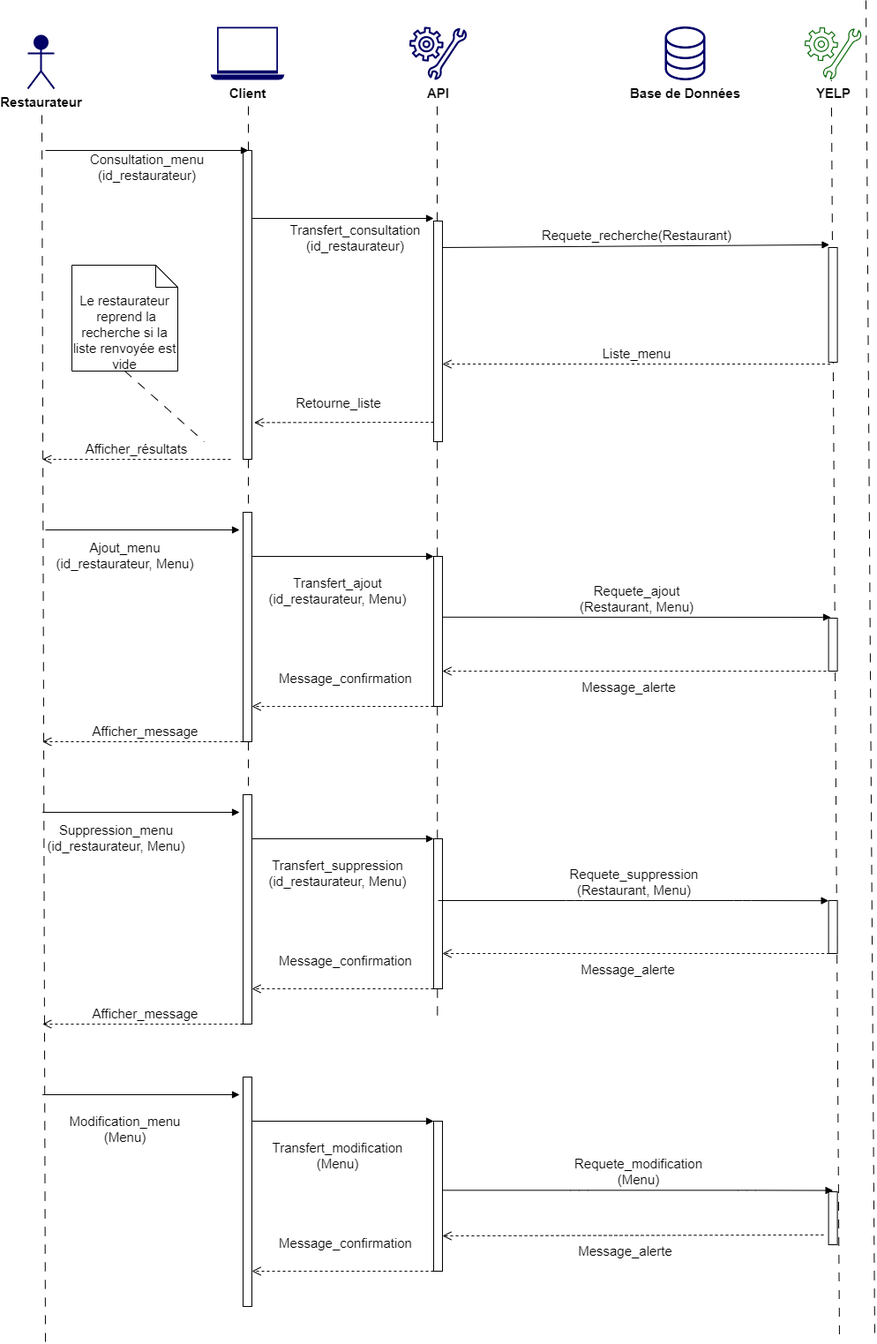
The draw.io diagram diagramme_sequence_restaurateur.png in TheAIWizard/Ensaeats, before a commit. Source tidied: cells renumbered, new cells last; positions are measured from the earlier drawing's top-left corner, leaving out a move shared by most shapes.
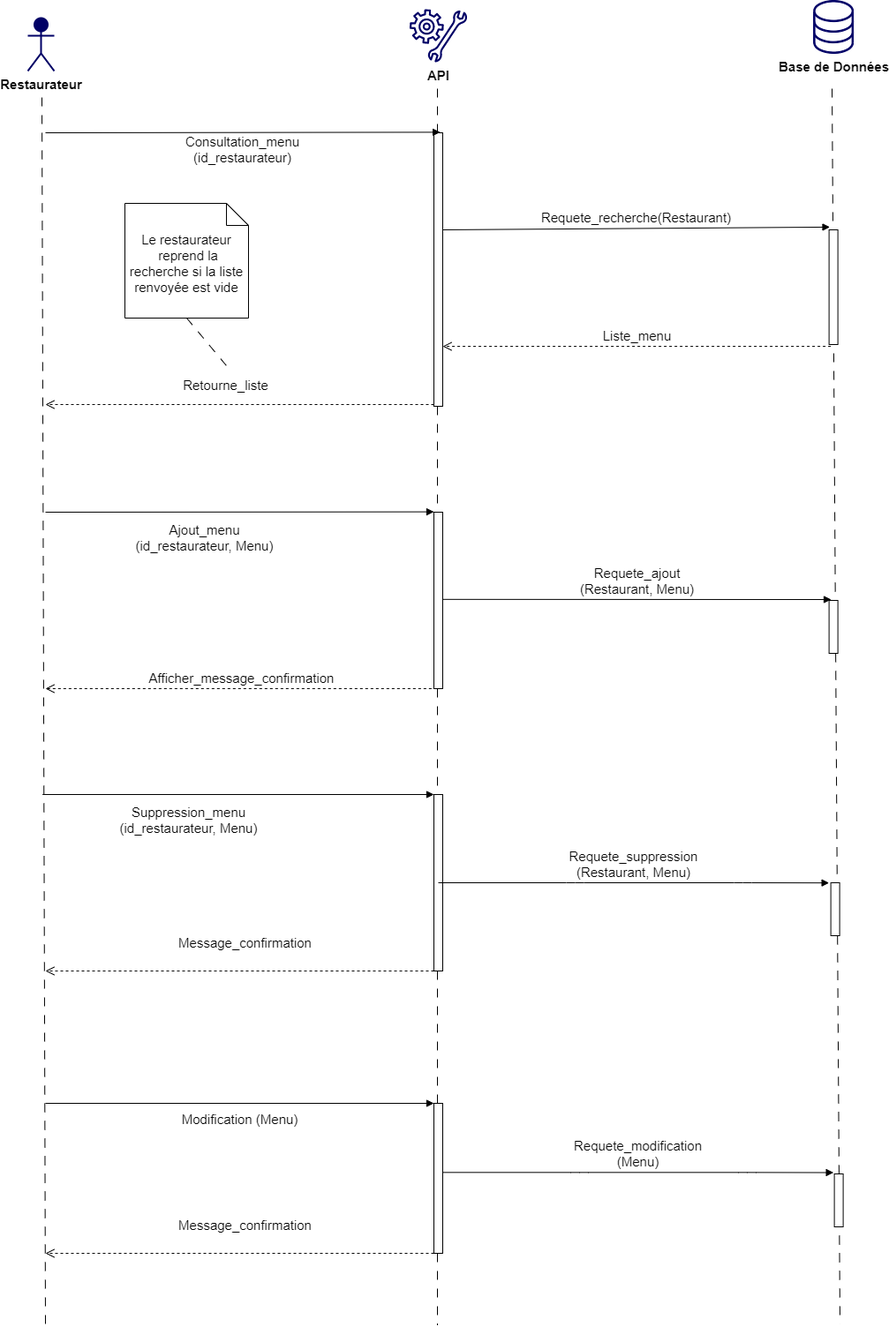
Later version of the same file.

Commit message:
Modification diagramme de sequence restaurateur

The edit, as a diff of the source:
```diff
@@ -8,59 +8,35 @@
         <mxPoint x="20" y="1520" as="targetPoint" />
       </mxGeometry>
     </mxCell>
-    <mxCell id="3" style="endArrow=none;startArrow=none;endFill=0;startFill=0;endSize=8;html=1;verticalAlign=bottom;dashed=1;labelBackgroundColor=none;dashPattern=10 10;fontSize=15;" parent="1" edge="1">
-      <mxGeometry relative="1" as="geometry">
-        <mxPoint x="250" y="120" as="sourcePoint" />
-        <mxPoint x="250" y="1140" as="targetPoint" />
-      </mxGeometry>
-    </mxCell>
     <mxCell id="4" value="&lt;span style=&quot;background-color: rgb(255 , 255 , 255)&quot;&gt;Restaurateur&lt;br&gt;&lt;br&gt;&lt;/span&gt;" style="shape=umlActor;verticalLabelPosition=bottom;verticalAlign=top;html=1;fontColor=#000000;strokeColor=#000066;fillColor=#000066;strokeWidth=2;fontSize=15;fontStyle=1;" parent="1" vertex="1">
       <mxGeometry y="40" width="30" height="60" as="geometry" />
     </mxCell>
     <mxCell id="5" style="endArrow=none;startArrow=none;endFill=0;startFill=0;endSize=8;html=1;verticalAlign=bottom;dashed=1;labelBackgroundColor=none;dashPattern=10 10;fontSize=15;" parent="1" edge="1">
       <mxGeometry relative="1" as="geometry">
         <mxPoint x="464" y="120" as="sourcePoint" />
-        <mxPoint x="464.3" y="1151" as="targetPoint" />
+        <mxPoint x="464" y="1521.4" as="targetPoint" />
       </mxGeometry>
     </mxCell>
-    <mxCell id="6" style="endArrow=none;startArrow=none;endFill=0;startFill=0;endSize=8;html=1;verticalAlign=bottom;dashed=1;labelBackgroundColor=none;dashPattern=10 10;fontSize=15;" parent="1" edge="1">
-      <mxGeometry relative="1" as="geometry">
-        <mxPoint x="950" as="sourcePoint" />
-        <mxPoint x="960" y="1520" as="targetPoint" />
-      </mxGeometry>
-    </mxCell>
     <mxCell id="7" value="Base de Données" style="shadow=0;dashed=0;html=1;labelPosition=center;verticalLabelPosition=bottom;verticalAlign=top;align=center;shape=mxgraph.vvd.storage;fillColor=#000066;strokeColor=#000066;fontSize=15;labelBackgroundColor=#ffffff;fontStyle=1;" parent="1" vertex="1">
-      <mxGeometry x="722.5" y="30" width="45" height="60" as="geometry" />
+      <mxGeometry x="890.1" y="20" width="45" height="60" as="geometry" />
     </mxCell>
     <mxCell id="8" value="API" style="shadow=0;dashed=0;html=1;strokeColor=none;labelPosition=center;verticalLabelPosition=bottom;verticalAlign=top;align=center;shape=mxgraph.vvd.guest_agent_customization;fillColor=#000066;fontSize=15;labelBackgroundColor=#ffffff;fontStyle=1;" parent="1" vertex="1">
       <mxGeometry x="432.4" y="30" width="65.2" height="60" as="geometry" />
     </mxCell>
-    <mxCell id="9" style="endArrow=none;startArrow=none;endFill=0;startFill=0;endSize=8;html=1;verticalAlign=bottom;dashed=1;labelBackgroundColor=none;dashPattern=10 10;fontSize=15;exitX=0.471;exitY=0.858;exitDx=0;exitDy=0;exitPerimeter=0;" parent="1" edge="1">
+    <mxCell id="9" style="endArrow=none;startArrow=none;endFill=0;startFill=0;endSize=8;html=1;verticalAlign=bottom;dashed=1;labelBackgroundColor=none;dashPattern=10 10;fontSize=15;" parent="1" edge="1">
       <mxGeometry relative="1" as="geometry">
-        <mxPoint x="910.7" y="81.5" as="sourcePoint" />
+        <mxPoint x="911" y="120" as="sourcePoint" />
         <mxPoint x="920" y="1520" as="targetPoint" />
       </mxGeometry>
     </mxCell>
-    <mxCell id="10" value="YELP" style="shadow=0;dashed=0;html=1;labelPosition=center;verticalLabelPosition=bottom;verticalAlign=top;align=center;shape=mxgraph.vvd.guest_agent_customization;fontSize=15;fillColor=#006600;strokeColor=#FFFFFF;labelBackgroundColor=#ffffff;fontStyle=1;" parent="1" vertex="1">
-      <mxGeometry x="880" y="30" width="65.2" height="60" as="geometry" />
-    </mxCell>
-    <mxCell id="11" style="html=1;points=[];perimeter=orthogonalPerimeter;labelBackgroundColor=#ffffff;fontSize=15;strokeColor=#000000;strokeWidth=1;fillColor=#FFFFFF;" parent="1" vertex="1">
-      <mxGeometry x="244" y="170" width="10" height="350" as="geometry" />
-    </mxCell>
     <mxCell id="12" style="html=1;points=[];perimeter=orthogonalPerimeter;labelBackgroundColor=#ffffff;fontSize=15;strokeColor=#000000;strokeWidth=1;fillColor=#FFFFFF;" parent="1" vertex="1">
-      <mxGeometry x="460" y="250" width="10" height="250" as="geometry" />
+      <mxGeometry x="460" y="170" width="10" height="310" as="geometry" />
     </mxCell>
-    <mxCell id="13" value="Consultation_menu&lt;br&gt;(id_restaurateur)" style="html=1;verticalAlign=bottom;endArrow=block;fontSize=15;" parent="1" edge="1">
+    <mxCell id="13" value="Consultation_menu&lt;br&gt;(id_restaurateur)" style="html=1;verticalAlign=bottom;endArrow=block;fontSize=15;entryX=0.714;entryY=-0.002;entryDx=0;entryDy=0;entryPerimeter=0;" parent="1" edge="1" target="12">
       <mxGeometry y="-40" relative="1" as="geometry">
         <mxPoint x="20" y="170" as="sourcePoint" />
-        <mxPoint x="250" y="170" as="targetPoint" />
       </mxGeometry>
     </mxCell>
-    <mxCell id="14" value="Transfert_consultation&lt;br style=&quot;font-size: 15px&quot;&gt;(id_restaurateur)" style="html=1;verticalAlign=bottom;endArrow=block;fontSize=15;exitX=0.986;exitY=0.22;exitDx=0;exitDy=0;exitPerimeter=0;" parent="1" edge="1" source="11">
-      <mxGeometry x="0.13" y="-43" relative="1" as="geometry">
-        <mxPoint x="460" y="247" as="targetPoint" />
-      </mxGeometry>
-    </mxCell>
     <mxCell id="15" value="Requete_recherche(Restaurant)" style="html=1;verticalAlign=bottom;endArrow=block;fontSize=15;entryX=0.092;entryY=-0.024;entryDx=0;entryDy=0;entryPerimeter=0;" parent="1" edge="1" target="16">
       <mxGeometry relative="1" as="geometry">
         <mxPoint x="470" y="280" as="sourcePoint" />
@@ -72,77 +48,40 @@
     <mxCell id="17" value="Liste_menu" style="html=1;verticalAlign=bottom;endArrow=open;dashed=1;endSize=8;fontSize=15;exitX=0.196;exitY=1.016;exitDx=0;exitDy=0;exitPerimeter=0;" parent="1" edge="1" source="16" target="12">
       <mxGeometry relative="1" as="geometry" />
     </mxCell>
-    <mxCell id="18" value="Retourne_liste" style="html=1;verticalAlign=bottom;endArrow=open;dashed=1;endSize=8;fontSize=15;entryX=1.271;entryY=0.881;entryDx=0;entryDy=0;entryPerimeter=0;" parent="1" edge="1" target="11">
+    <mxCell id="18" value="Retourne_liste" style="html=1;verticalAlign=bottom;endArrow=open;dashed=1;endSize=8;fontSize=15;" parent="1" edge="1">
       <mxGeometry x="0.07" y="-10" relative="1" as="geometry">
         <mxPoint x="460" y="478" as="sourcePoint" />
+        <mxPoint x="20" y="478" as="targetPoint" />
       </mxGeometry>
     </mxCell>
-    <mxCell id="19" value="Afficher_résultats" style="html=1;verticalAlign=bottom;endArrow=open;dashed=1;endSize=8;fontSize=15;" parent="1" edge="1">
-      <mxGeometry relative="1" as="geometry">
-        <mxPoint x="230" y="520" as="sourcePoint" />
-        <mxPoint x="16.7" y="520" as="targetPoint" />
-      </mxGeometry>
-    </mxCell>
-    <mxCell id="20" style="html=1;perimeter=orthogonalPerimeter;labelBackgroundColor=#ffffff;fontSize=15;strokeColor=#000000;strokeWidth=1;fillColor=#FFFFFF;" parent="1" vertex="1">
-      <mxGeometry x="244" y="900" width="10" height="260" as="geometry" />
-    </mxCell>
-    <mxCell id="21" value="Transfert_suppression&lt;br style=&quot;font-size: 15px&quot;&gt;(id_restaurateur, Menu)" style="html=1;verticalAlign=bottom;endArrow=block;fontSize=15;" parent="1" edge="1">
-      <mxGeometry x="-0.07" y="-60" relative="1" as="geometry">
-        <mxPoint x="254" y="950" as="sourcePoint" />
-        <mxPoint x="460" y="950" as="targetPoint" />
-      </mxGeometry>
-    </mxCell>
     <mxCell id="22" style="html=1;perimeter=orthogonalPerimeter;labelBackgroundColor=#ffffff;fontSize=15;strokeColor=#000000;strokeWidth=1;fillColor=#FFFFFF;" parent="1" vertex="1">
-      <mxGeometry x="460" y="950" width="10" height="170" as="geometry" />
+      <mxGeometry x="460" y="920" width="10" height="200" as="geometry" />
     </mxCell>
     <mxCell id="23" value="Suppression_menu&lt;br style=&quot;font-size: 15px&quot;&gt;(id_restaurateur, Menu)" style="html=1;verticalAlign=bottom;endArrow=block;fontSize=15;" parent="1" edge="1">
       <mxGeometry x="-0.25" y="-50" relative="1" as="geometry">
         <mxPoint x="16.7" y="920" as="sourcePoint" />
-        <mxPoint x="240" y="920" as="targetPoint" />
+        <mxPoint x="460" y="920" as="targetPoint" />
       </mxGeometry>
     </mxCell>
     <mxCell id="24" style="html=1;points=[];perimeter=orthogonalPerimeter;labelBackgroundColor=#ffffff;fontSize=15;strokeColor=#000000;strokeWidth=1;fillColor=#FFFFFF;" parent="1" vertex="1">
-      <mxGeometry x="907.6" y="1020" width="10" height="60" as="geometry" />
+      <mxGeometry x="909.6" y="1020" width="10" height="60" as="geometry" />
     </mxCell>
-    <mxCell id="25" value="Message_alerte" style="html=1;verticalAlign=bottom;endArrow=open;dashed=1;endSize=8;fontSize=15;exitX=0.106;exitY=1;exitDx=0;exitDy=0;exitPerimeter=0;" parent="1" edge="1" source="24">
-      <mxGeometry x="0.04" y="30" relative="1" as="geometry">
-        <mxPoint x="470" y="1080" as="targetPoint" />
-      </mxGeometry>
-    </mxCell>
     <mxCell id="26" value="Message_confirmation" style="html=1;verticalAlign=bottom;endArrow=open;dashed=1;endSize=8;fontSize=15;" parent="1" edge="1">
       <mxGeometry x="-0.03" y="-20" relative="1" as="geometry">
         <mxPoint x="460" y="1120" as="sourcePoint" />
-        <mxPoint x="254" y="1120" as="targetPoint" />
+        <mxPoint x="20" y="1120" as="targetPoint" />
       </mxGeometry>
     </mxCell>
-    <mxCell id="27" value="Afficher_message" style="html=1;verticalAlign=bottom;endArrow=open;dashed=1;endSize=8;fontSize=15;" parent="1" edge="1">
-      <mxGeometry relative="1" as="geometry">
-        <mxPoint x="250" y="1160" as="sourcePoint" />
-        <mxPoint x="16.7" y="1160" as="targetPoint" />
-      </mxGeometry>
-    </mxCell>
     <mxCell id="28" value="Le restaurateur&lt;br&gt;&amp;nbsp;reprend la recherche si la liste renvoyée est vide" style="shape=note2;boundedLbl=1;whiteSpace=wrap;html=1;size=25;verticalAlign=top;align=center;fontSize=15;" parent="1" vertex="1">
-      <mxGeometry x="50" y="300" width="120" height="120" as="geometry" />
+      <mxGeometry x="110" y="250" width="140" height="130" as="geometry" />
     </mxCell>
     <mxCell id="29" style="endArrow=none;startArrow=none;endFill=0;startFill=0;endSize=8;html=1;verticalAlign=bottom;dashed=1;labelBackgroundColor=none;dashPattern=10 10;fontSize=15;exitX=0.5;exitY=1;exitDx=0;exitDy=0;exitPerimeter=0;" parent="1" edge="1" source="28">
       <mxGeometry relative="1" as="geometry">
-        <mxPoint x="200" y="500" as="targetPoint" />
+        <mxPoint x="230" y="440" as="targetPoint" />
       </mxGeometry>
     </mxCell>
-    <mxCell id="30" value="Client" style="shadow=0;dashed=0;html=1;strokeColor=none;labelPosition=center;verticalLabelPosition=bottom;verticalAlign=top;align=center;shape=mxgraph.vvd.laptop;fillColor=#000066;fontSize=15;fontStyle=1;" parent="1" vertex="1">
-      <mxGeometry x="207.3" y="30" width="83.3" height="60" as="geometry" />
-    </mxCell>
-    <mxCell id="31" style="html=1;perimeter=orthogonalPerimeter;labelBackgroundColor=#ffffff;fontSize=15;strokeColor=#000000;strokeWidth=1;fillColor=#FFFFFF;" parent="1" vertex="1">
-      <mxGeometry x="244" y="580" width="10" height="260" as="geometry" />
-    </mxCell>
-    <mxCell id="32" value="Transfert_ajout&lt;br style=&quot;font-size: 15px&quot;&gt;(id_restaurateur, Menu)" style="html=1;verticalAlign=bottom;endArrow=block;fontSize=15;" parent="1" edge="1">
-      <mxGeometry x="-0.07" y="-60" relative="1" as="geometry">
-        <mxPoint x="254" y="630" as="sourcePoint" />
-        <mxPoint x="460" y="630" as="targetPoint" />
-      </mxGeometry>
-    </mxCell>
     <mxCell id="33" style="html=1;points=[];perimeter=orthogonalPerimeter;labelBackgroundColor=#ffffff;fontSize=15;strokeColor=#000000;strokeWidth=1;fillColor=#FFFFFF;" parent="1" vertex="1">
-      <mxGeometry x="460" y="630" width="10" height="170" as="geometry" />
+      <mxGeometry x="460" y="600" width="10" height="200" as="geometry" />
     </mxCell>
     <mxCell id="34" value="Requete_ajout&lt;br style=&quot;font-size: 15px&quot;&gt;(Restaurant, Menu)" style="html=1;verticalAlign=bottom;endArrow=block;fontSize=15;" parent="1" edge="1">
       <mxGeometry relative="1" as="geometry">
@@ -150,62 +89,36 @@
         <mxPoint x="910" y="699" as="targetPoint" />
       </mxGeometry>
     </mxCell>
-    <mxCell id="35" value="Ajout_menu&lt;br style=&quot;font-size: 15px&quot;&gt;(id_restaurateur, Menu)" style="html=1;verticalAlign=bottom;endArrow=block;fontSize=15;" parent="1" edge="1">
+    <mxCell id="35" value="Ajout_menu&lt;br style=&quot;font-size: 15px&quot;&gt;(id_restaurateur, Menu)" style="html=1;verticalAlign=bottom;endArrow=block;fontSize=15;entryX=0;entryY=-0.002;entryDx=0;entryDy=0;entryPerimeter=0;" parent="1" edge="1" target="33">
       <mxGeometry x="-0.18" y="-50" relative="1" as="geometry">
         <mxPoint x="20" y="600" as="sourcePoint" />
-        <mxPoint x="240" y="600" as="targetPoint" />
       </mxGeometry>
     </mxCell>
     <mxCell id="36" style="html=1;points=[];perimeter=orthogonalPerimeter;labelBackgroundColor=#ffffff;fontSize=15;strokeColor=#000000;strokeWidth=1;fillColor=#FFFFFF;" parent="1" vertex="1">
       <mxGeometry x="907.6" y="700" width="10" height="60" as="geometry" />
     </mxCell>
-    <mxCell id="37" value="Message_alerte" style="html=1;verticalAlign=bottom;endArrow=open;dashed=1;endSize=8;fontSize=15;exitX=0.328;exitY=1;exitDx=0;exitDy=0;exitPerimeter=0;" parent="1" edge="1" source="36">
-      <mxGeometry x="0.04" y="30" relative="1" as="geometry">
-        <mxPoint x="470" y="760" as="targetPoint" />
-      </mxGeometry>
-    </mxCell>
-    <mxCell id="38" value="Message_confirmation" style="html=1;verticalAlign=bottom;endArrow=open;dashed=1;endSize=8;fontSize=15;" parent="1" edge="1">
-      <mxGeometry x="-0.03" y="-20" relative="1" as="geometry">
-        <mxPoint x="460" y="800" as="sourcePoint" />
-        <mxPoint x="254" y="800" as="targetPoint" />
-      </mxGeometry>
-    </mxCell>
-    <mxCell id="39" value="Afficher_message" style="html=1;verticalAlign=bottom;endArrow=open;dashed=1;endSize=8;fontSize=15;" parent="1" edge="1">
+    <mxCell id="39" value="Afficher_message_confirmation" style="html=1;verticalAlign=bottom;endArrow=open;dashed=1;endSize=8;fontSize=15;" parent="1" edge="1">
       <mxGeometry relative="1" as="geometry">
-        <mxPoint x="250" y="840" as="sourcePoint" />
-        <mxPoint x="16.7" y="840" as="targetPoint" />
+        <mxPoint x="463.3" y="800" as="sourcePoint" />
+        <mxPoint x="20" y="800" as="targetPoint" />
       </mxGeometry>
     </mxCell>
-    <mxCell id="40" style="html=1;perimeter=orthogonalPerimeter;labelBackgroundColor=#ffffff;fontSize=15;strokeColor=#000000;strokeWidth=1;fillColor=#FFFFFF;" parent="1" vertex="1">
-      <mxGeometry x="244" y="1220" width="10" height="260" as="geometry" />
-    </mxCell>
-    <mxCell id="41" value="Transfert_modification&lt;br style=&quot;font-size: 15px&quot;&gt;(Menu)" style="html=1;verticalAlign=bottom;endArrow=block;fontSize=15;" parent="1" edge="1">
-      <mxGeometry x="-0.07" y="-60" relative="1" as="geometry">
-        <mxPoint x="254" y="1270" as="sourcePoint" />
+    <mxCell id="41" value="Modification (Menu)" style="html=1;verticalAlign=bottom;endArrow=block;fontSize=15;" parent="1" edge="1">
+      <mxGeometry y="-30" relative="1" as="geometry">
+        <mxPoint x="20" y="1270" as="sourcePoint" />
         <mxPoint x="460" y="1270" as="targetPoint" />
       </mxGeometry>
     </mxCell>
     <mxCell id="42" style="html=1;perimeter=orthogonalPerimeter;labelBackgroundColor=#ffffff;fontSize=15;strokeColor=#000000;strokeWidth=1;fillColor=#FFFFFF;" parent="1" vertex="1">
       <mxGeometry x="460" y="1270" width="10" height="170" as="geometry" />
     </mxCell>
-    <mxCell id="43" value="Modification_menu&lt;br style=&quot;font-size: 15px&quot;&gt;(Menu)" style="html=1;verticalAlign=bottom;endArrow=block;fontSize=15;" parent="1" edge="1">
-      <mxGeometry x="-0.16" y="-60" relative="1" as="geometry">
-        <mxPoint x="16.7" y="1240" as="sourcePoint" />
-        <mxPoint x="240" y="1240" as="targetPoint" />
-      </mxGeometry>
-    </mxCell>
     <mxCell id="44" style="html=1;points=[];perimeter=orthogonalPerimeter;labelBackgroundColor=#ffffff;fontSize=15;strokeColor=#000000;strokeWidth=1;fillColor=#FFFFFF;" parent="1" vertex="1">
-      <mxGeometry x="907.6" y="1350" width="10" height="60" as="geometry" />
+      <mxGeometry x="913.6" y="1350" width="10" height="60" as="geometry" />
     </mxCell>
-    <mxCell id="45" value="Message_alerte" style="html=1;verticalAlign=bottom;endArrow=open;dashed=1;endSize=8;fontSize=15;exitX=-0.561;exitY=0.815;exitDx=0;exitDy=0;exitPerimeter=0;" parent="1" edge="1" source="44">
-      <mxGeometry x="0.04" y="30" relative="1" as="geometry">
-        <mxPoint x="470" y="1400" as="targetPoint" />
-      </mxGeometry>
-    </mxCell>
     <mxCell id="46" value="Message_confirmation" style="html=1;verticalAlign=bottom;endArrow=open;dashed=1;endSize=8;fontSize=15;" parent="1" edge="1">
       <mxGeometry x="-0.03" y="-20" relative="1" as="geometry">
         <mxPoint x="460" y="1440" as="sourcePoint" />
-        <mxPoint x="254" y="1440" as="targetPoint" />
+        <mxPoint x="20" y="1440" as="targetPoint" />
       </mxGeometry>
     </mxCell>
     <mxCell id="47" value="Requete_suppression&lt;br style=&quot;font-size: 15px&quot;&gt;(Restaurant, Menu)" style="html=1;verticalAlign=bottom;endArrow=block;fontSize=15;" parent="1" edge="1">
```
